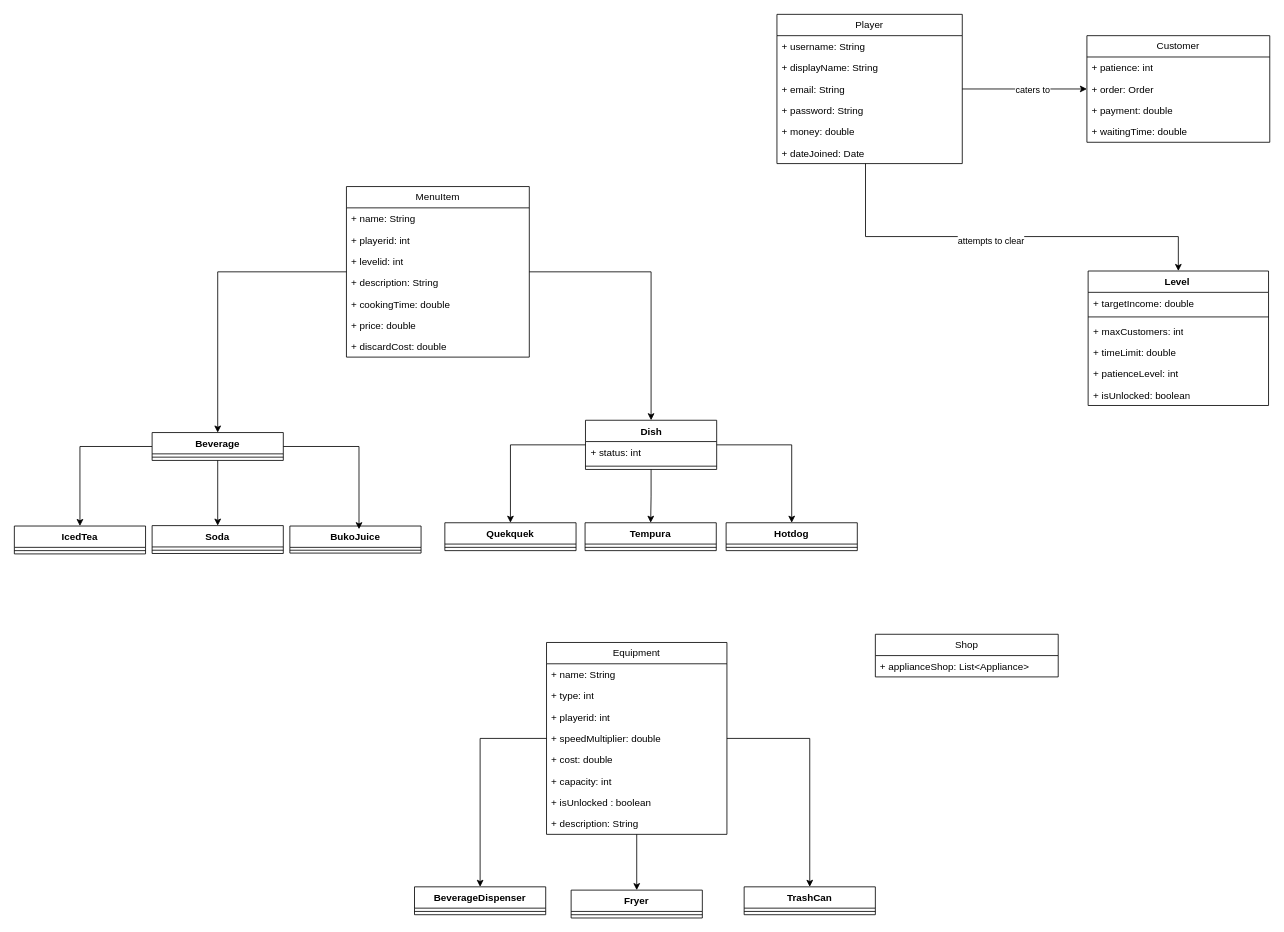
ero-s/Cooking-Ina-Ang-Sarap- keeps this draw.io diagram as CookingIna-ClassDiagram.drawio. Above is the earlier version. Source tidied: cells renumbered, new cells numbered last; positions are measured from the earlier drawing's top-left corner, leaving out a move shared by most shapes. Both pictures are drawn from the tidied source at 82%, with x=0, y=0 at pixel (14, 14).
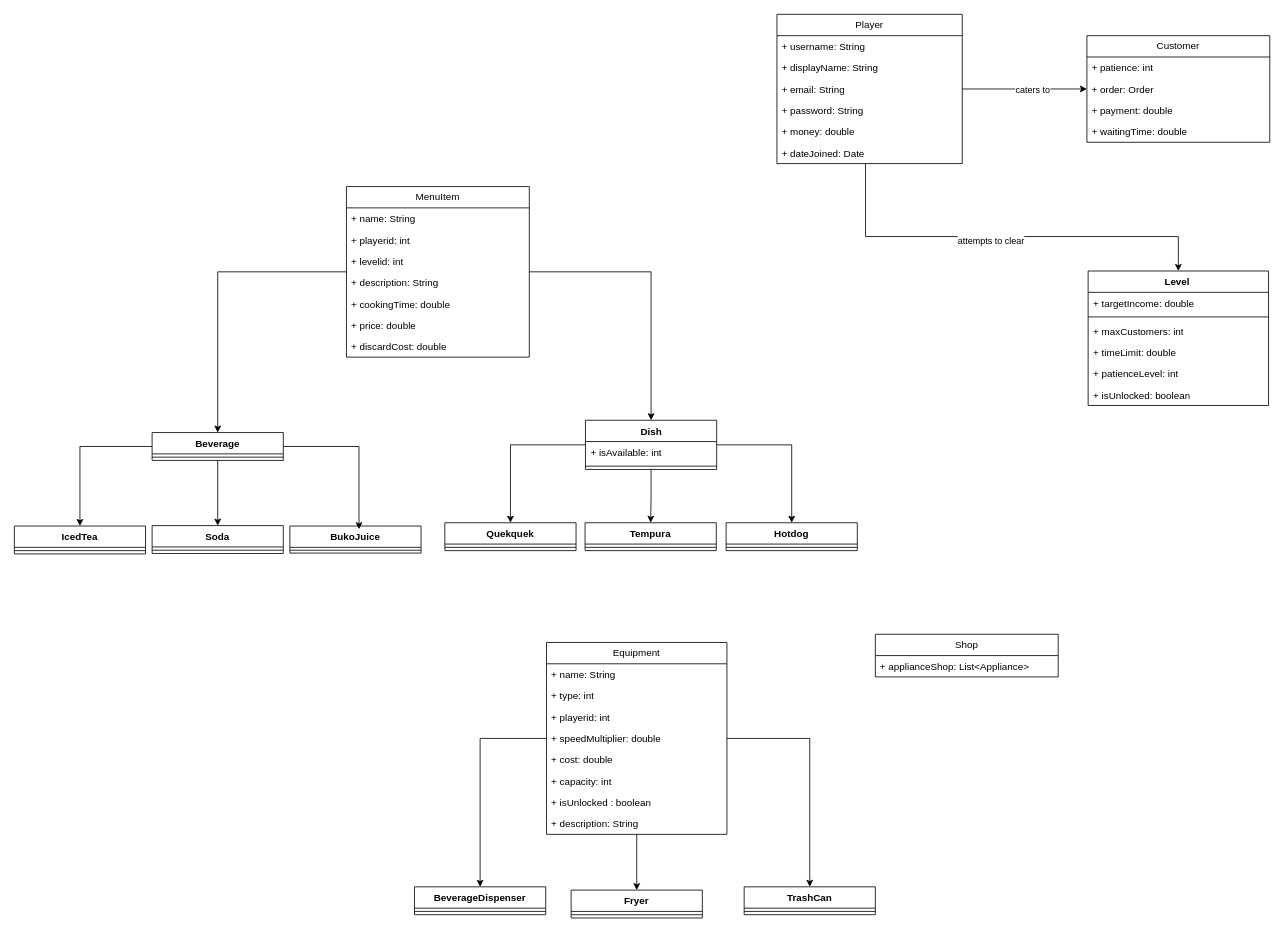
Above is the later version.

Unchanged cells that the change refers to:
```xml
<mxCell id="35" value="Dish" style="swimlane;fontStyle=1;align=center;verticalAlign=top;horizontal=1;startSize=26;whiteSpace=wrap;html=1;" parent="1" vertex="1">
  <mxGeometry x="696.5" y="495" width="160" height="60" as="geometry" />
</mxCell>
```

Change to the diagram source:
```diff
@@
-    <mxCell id="36" value="+ status: int" style="text;strokeColor=none;fillColor=none;align=left;verticalAlign=top;spacingLeft=4;spacingRight=4;overflow=hidden;whiteSpace=wrap;html=1;" parent="35" vertex="1">
+    <mxCell id="36" value="+ isAvailable: int" style="text;strokeColor=none;fillColor=none;align=left;verticalAlign=top;spacingLeft=4;spacingRight=4;overflow=hidden;whiteSpace=wrap;html=1;" parent="35" vertex="1">
       <mxGeometry y="26" width="160" height="26" as="geometry" />
     </mxCell>
```
